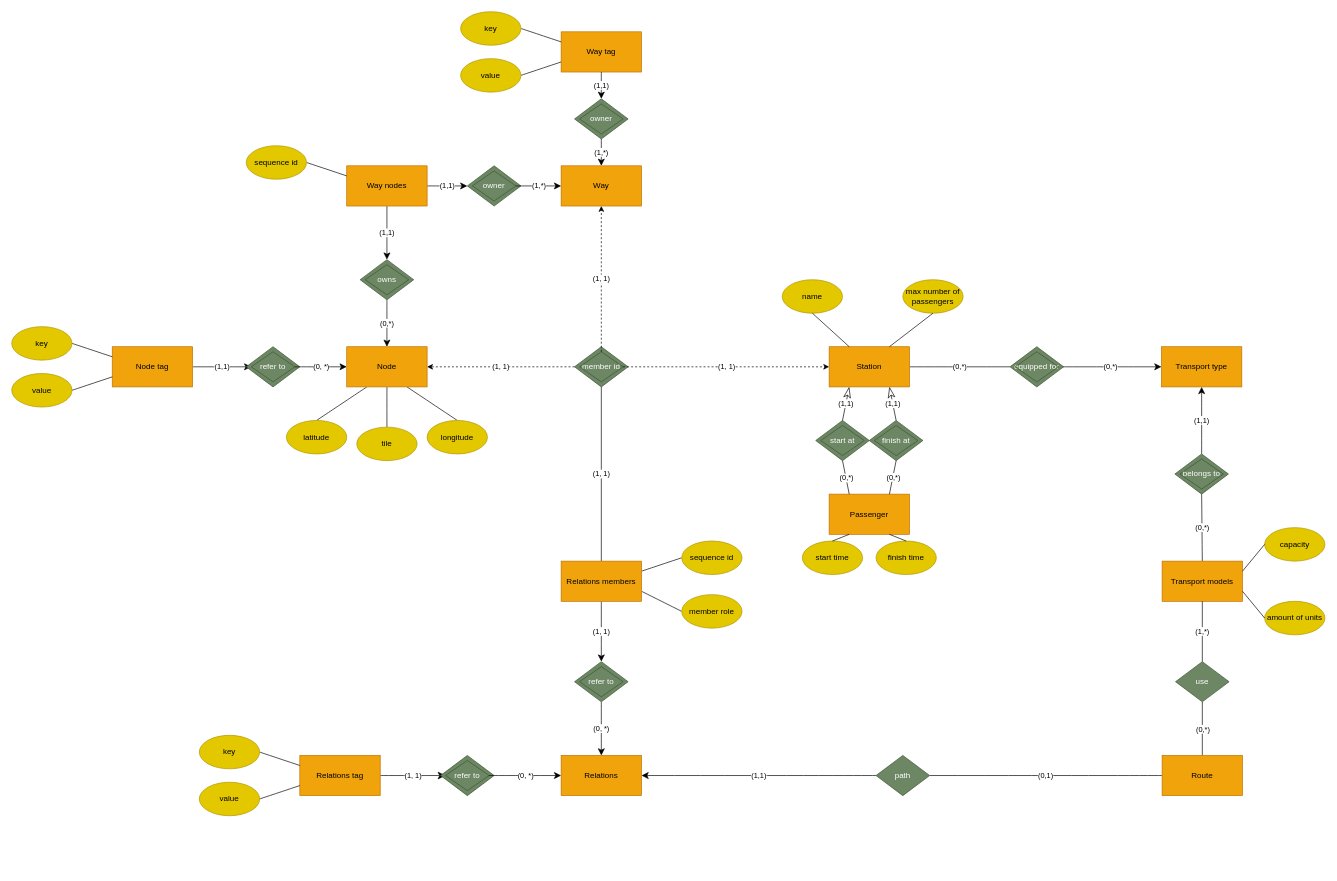
Earlier version of the draw.io diagram page "ER-diagram(2)" (2 of 2) of Untitled Diagram.drawio (Leo-nid/hse-DB). Source tidied: cells renumbered, new cells numbered last; positions are measured from the earlier drawing's top-left corner, leaving out a move shared by most shapes. Both pictures are drawn from the tidied source at 67%, with x=0, y=0 at pixel (11, 11).
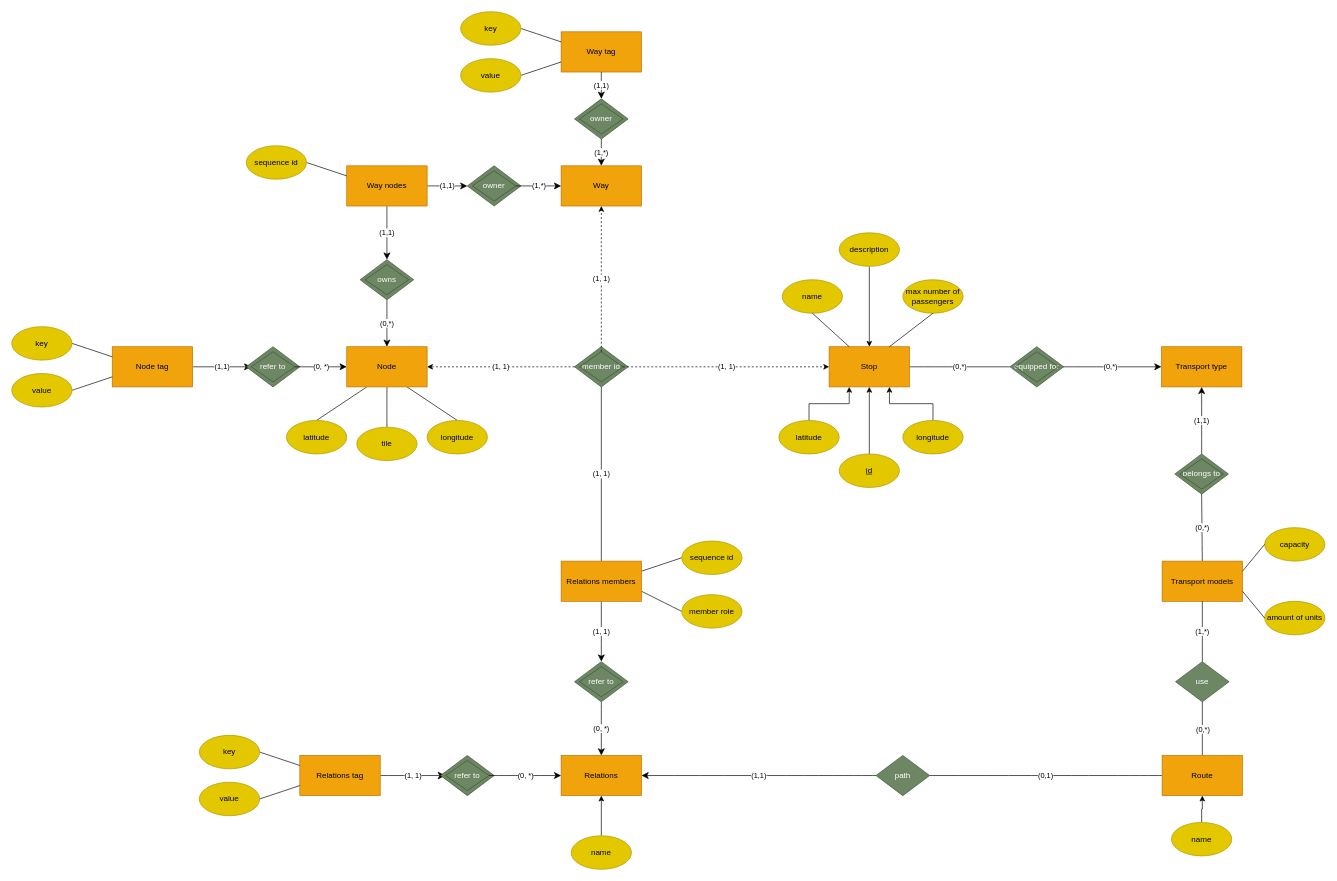
Above is the later version.

The change refers to these unchanged cells:
```xml
<mxCell id="36" value="Route" style="rounded=0;whiteSpace=wrap;html=1;hachureGap=4;fillColor=#f0a30a;strokeColor=#BD7000;fontColor=#000000;" parent="1" vertex="1">
  <mxGeometry x="1717" y="1110" width="120" height="60" as="geometry" />
</mxCell>
<mxCell id="43" value="Relations" style="rounded=0;whiteSpace=wrap;html=1;hachureGap=4;fillColor=#f0a30a;strokeColor=#BD7000;fontColor=#000000;" parent="1" vertex="1">
  <mxGeometry x="820" y="1110" width="120" height="60" as="geometry" />
</mxCell>
```

The edit, as a diff of the source:
```diff
@@
-    <mxCell id="3" value="Station" style="rounded=0;whiteSpace=wrap;html=1;hachureGap=4;fillColor=#f0a30a;strokeColor=#BD7000;fontColor=#000000;" parent="1" vertex="1">
+    <mxCell id="3" value="Stop" style="rounded=0;whiteSpace=wrap;html=1;hachureGap=4;fillColor=#f0a30a;strokeColor=#BD7000;fontColor=#000000;" parent="1" vertex="1">
       <mxGeometry x="1220" y="500" width="120" height="60" as="geometry" />
     </mxCell>
@@
-    <mxCell id="14" value="Passenger" style="rounded=0;whiteSpace=wrap;html=1;hachureGap=4;fillColor=#f0a30a;strokeColor=#BD7000;fontColor=#000000;" parent="1" vertex="1">
-      <mxGeometry x="1220" y="720" width="120" height="60" as="geometry" />
-    </mxCell>
-    <mxCell id="15" value="start time" style="ellipse;whiteSpace=wrap;html=1;hachureGap=4;fillColor=#e3c800;strokeColor=#B09500;fontColor=#000000;" parent="1" vertex="1">
-      <mxGeometry x="1180" y="790" width="90" height="50" as="geometry" />
-    </mxCell>
-    <mxCell id="16" value="finish time" style="ellipse;whiteSpace=wrap;html=1;hachureGap=4;fillColor=#e3c800;strokeColor=#B09500;fontColor=#000000;" parent="1" vertex="1">
-      <mxGeometry x="1290" y="790" width="90" height="50" as="geometry" />
-    </mxCell>
-    <mxCell id="17" style="group;" parent="1" vertex="1">
-      <mxGeometry x="1200" y="610" width="80" height="60" as="geometry" />
-    </mxCell>
-    <mxCell id="18" value="start at" style="rhombus;whiteSpace=wrap;html=1;hachureGap=4;fillColor=#6d8764;strokeColor=#3A5431;fontColor=#ffffff;rounded=0;sketch=0;perimeterSpacing=0;shadow=0;" parent="17" vertex="1">
-      <mxGeometry width="80" height="60" as="geometry" />
-    </mxCell>
-    <mxCell id="19" style="rhombus;whiteSpace=wrap;html=1;hachureGap=4;fillColor=none;strokeColor=#3A5431;fontColor=#ffffff;" parent="17" vertex="1">
-      <mxGeometry x="7.5" y="7.5" width="65" height="45" as="geometry" />
-    </mxCell>
-    <mxCell id="20" style="group;" parent="1" vertex="1">
-      <mxGeometry x="1280" y="610" width="80" height="60" as="geometry" />
-    </mxCell>
-    <mxCell id="21" value="finish at" style="rhombus;whiteSpace=wrap;html=1;hachureGap=4;fillColor=#6d8764;strokeColor=#3A5431;fontColor=#ffffff;rounded=0;sketch=0;perimeterSpacing=0;shadow=0;" parent="20" vertex="1">
-      <mxGeometry width="80" height="60" as="geometry" />
-    </mxCell>
-    <mxCell id="22" style="rhombus;whiteSpace=wrap;html=1;hachureGap=4;fillColor=none;strokeColor=#3A5431;fontColor=#ffffff;" parent="20" vertex="1">
-      <mxGeometry x="7.5" y="7.5" width="65" height="45" as="geometry" />
-    </mxCell>
-    <mxCell id="23" style="endArrow=none;html=1;startSize=14;endSize=14;sourcePerimeterSpacing=8;targetPerimeterSpacing=8;entryX=0.25;entryY=1;entryDx=0;entryDy=0;exitX=0.5;exitY=0;exitDx=0;exitDy=0;" parent="1" edge="1" source="15" target="14">
-      <mxGeometry relative="1" as="geometry" />
-    </mxCell>
-    <mxCell id="24" style="endArrow=none;html=1;startSize=14;endSize=14;sourcePerimeterSpacing=8;targetPerimeterSpacing=8;entryX=0.75;entryY=1;entryDx=0;entryDy=0;exitX=0.5;exitY=0;exitDx=0;exitDy=0;" parent="1" edge="1" source="16" target="14">
-      <mxGeometry relative="1" as="geometry" />
-    </mxCell>
-    <mxCell id="25" style="endArrow=none;html=1;startSize=14;endSize=14;sourcePerimeterSpacing=8;targetPerimeterSpacing=8;exitX=0.25;exitY=0;exitDx=0;exitDy=0;endFill=0;entryX=0.5;entryY=1;entryDx=0;entryDy=0;" parent="1" edge="1" source="14" target="18">
-      <mxGeometry relative="1" as="geometry" />
-    </mxCell>
-    <mxCell id="26" value="(0,*)" style="edgeLabel;html=1;align=center;verticalAlign=middle;" parent="25" vertex="1">
-      <mxGeometry relative="1" as="geometry" />
-    </mxCell>
-    <mxCell id="27" style="endArrow=none;html=1;startSize=14;endSize=14;sourcePerimeterSpacing=8;targetPerimeterSpacing=8;exitX=0.5;exitY=1;exitDx=0;exitDy=0;endFill=0;entryX=0.75;entryY=0;entryDx=0;entryDy=0;" parent="1" edge="1" source="21" target="14">
-      <mxGeometry relative="1" as="geometry" />
-    </mxCell>
-    <mxCell id="28" value="(0,*)" style="edgeLabel;html=1;align=center;verticalAlign=middle;" parent="27" vertex="1">
-      <mxGeometry relative="1" as="geometry" />
-    </mxCell>
-    <mxCell id="29" value="(1,1)" style="endArrow=classicThin;html=1;startSize=14;endSize=14;sourcePerimeterSpacing=8;targetPerimeterSpacing=8;exitX=0.5;exitY=0;exitDx=0;exitDy=0;entryX=0.25;entryY=1;entryDx=0;entryDy=0;endFill=0;" parent="1" edge="1" source="18" target="3">
-      <mxGeometry relative="1" as="geometry" />
-    </mxCell>
-    <mxCell id="30" value="(1,1)" style="endArrow=classicThin;html=1;startSize=14;endSize=14;sourcePerimeterSpacing=8;targetPerimeterSpacing=8;exitX=0.5;exitY=0;exitDx=0;exitDy=0;entryX=0.75;entryY=1;entryDx=0;entryDy=0;endFill=0;" parent="1" edge="1" source="21" target="3">
-      <mxGeometry relative="1" as="geometry" />
-    </mxCell>
@@
+    <mxCell id="117" style="edgeStyle=orthogonalEdgeStyle;rounded=0;jettySize=auto;html=1;exitX=0.5;exitY=0;exitDx=0;exitDy=0;" parent="1" edge="1" source="118" target="43">
+      <mxGeometry relative="1" as="geometry" />
+    </mxCell>
+    <mxCell id="118" value="name" style="ellipse;whiteSpace=wrap;html=1;hachureGap=4;fillColor=#e3c800;strokeColor=#B09500;fontColor=#000000;" parent="1" vertex="1">
+      <mxGeometry x="835" y="1230" width="90" height="50" as="geometry" />
+    </mxCell>
+    <mxCell id="119" style="edgeStyle=orthogonalEdgeStyle;rounded=0;jettySize=auto;html=1;exitX=0.5;exitY=1;exitDx=0;exitDy=0;" parent="1" edge="1" source="120" target="3">
+      <mxGeometry relative="1" as="geometry" />
+    </mxCell>
+    <mxCell id="120" value="description" style="ellipse;whiteSpace=wrap;html=1;hachureGap=4;fillColor=#e3c800;strokeColor=#B09500;fontColor=#000000;" parent="1" vertex="1">
+      <mxGeometry x="1235" y="330" width="90" height="50" as="geometry" />
+    </mxCell>
+    <mxCell id="121" style="edgeStyle=orthogonalEdgeStyle;rounded=0;jettySize=auto;html=1;exitX=0.5;exitY=0;exitDx=0;exitDy=0;entryX=0.5;entryY=1;entryDx=0;entryDy=0;" parent="1" edge="1" source="122" target="36">
+      <mxGeometry relative="1" as="geometry" />
+    </mxCell>
+    <mxCell id="122" value="name" style="ellipse;whiteSpace=wrap;html=1;hachureGap=4;fillColor=#e3c800;strokeColor=#B09500;fontColor=#000000;" parent="1" vertex="1">
+      <mxGeometry x="1731" y="1210" width="90" height="50" as="geometry" />
+    </mxCell>
+    <mxCell id="123" style="edgeStyle=orthogonalEdgeStyle;rounded=0;jettySize=auto;html=1;exitX=0.5;exitY=0;exitDx=0;exitDy=0;entryX=0.25;entryY=1;entryDx=0;entryDy=0;" parent="1" edge="1" source="124" target="3">
+      <mxGeometry relative="1" as="geometry" />
+    </mxCell>
+    <mxCell id="124" value="latitude" style="ellipse;whiteSpace=wrap;html=1;hachureGap=4;fillColor=#e3c800;strokeColor=#B09500;fontColor=#000000;" parent="1" vertex="1">
+      <mxGeometry x="1145" y="610" width="90" height="50" as="geometry" />
+    </mxCell>
+    <mxCell id="125" style="edgeStyle=orthogonalEdgeStyle;rounded=0;jettySize=auto;html=1;exitX=0.5;exitY=0;exitDx=0;exitDy=0;entryX=0.75;entryY=1;entryDx=0;entryDy=0;" parent="1" edge="1" source="126" target="3">
+      <mxGeometry relative="1" as="geometry" />
+    </mxCell>
+    <mxCell id="126" value="longitude" style="ellipse;whiteSpace=wrap;html=1;hachureGap=4;fillColor=#e3c800;strokeColor=#B09500;fontColor=#000000;" parent="1" vertex="1">
+      <mxGeometry x="1330" y="610" width="90" height="50" as="geometry" />
+    </mxCell>
+    <mxCell id="127" style="edgeStyle=orthogonalEdgeStyle;rounded=0;jettySize=auto;html=1;exitX=0.5;exitY=0;exitDx=0;exitDy=0;" parent="1" edge="1" source="128" target="3">
+      <mxGeometry relative="1" as="geometry" />
+    </mxCell>
+    <mxCell id="128" value="&lt;u&gt;id&lt;/u&gt;" style="ellipse;whiteSpace=wrap;html=1;hachureGap=4;fillColor=#e3c800;strokeColor=#B09500;fontColor=#000000;" parent="1" vertex="1">
+      <mxGeometry x="1235" y="660" width="90" height="50" as="geometry" />
+    </mxCell>
```
